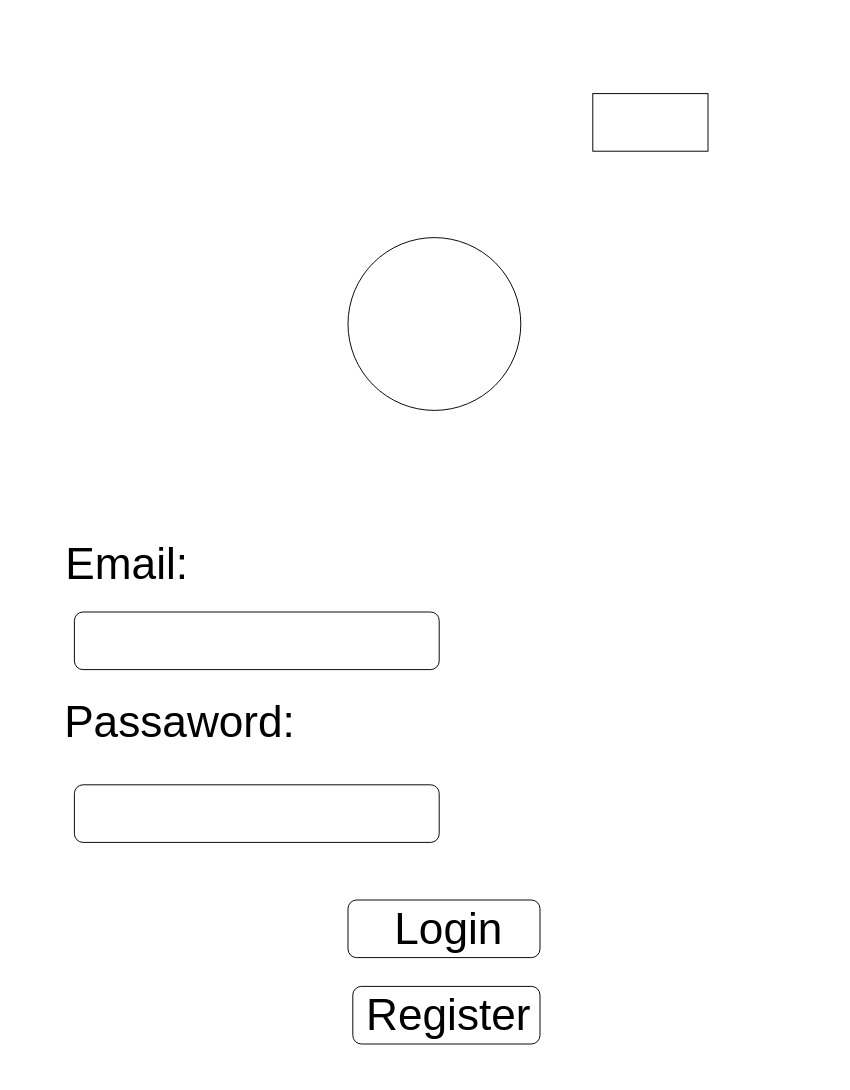
XpertBotTeam/smartpropertyweb_frontend keeps this draw.io diagram as page "Login" (1 of 8) of Untitled Diagram.drawio. Above is the earlier version. Source tidied: cells renumbered, new cells numbered last; positions are measured from the earlier drawing's top-left corner, leaving out a move shared by most shapes. Both pictures are drawn from the tidied source at 96%, with x=0, y=0 at pixel (55, 93).
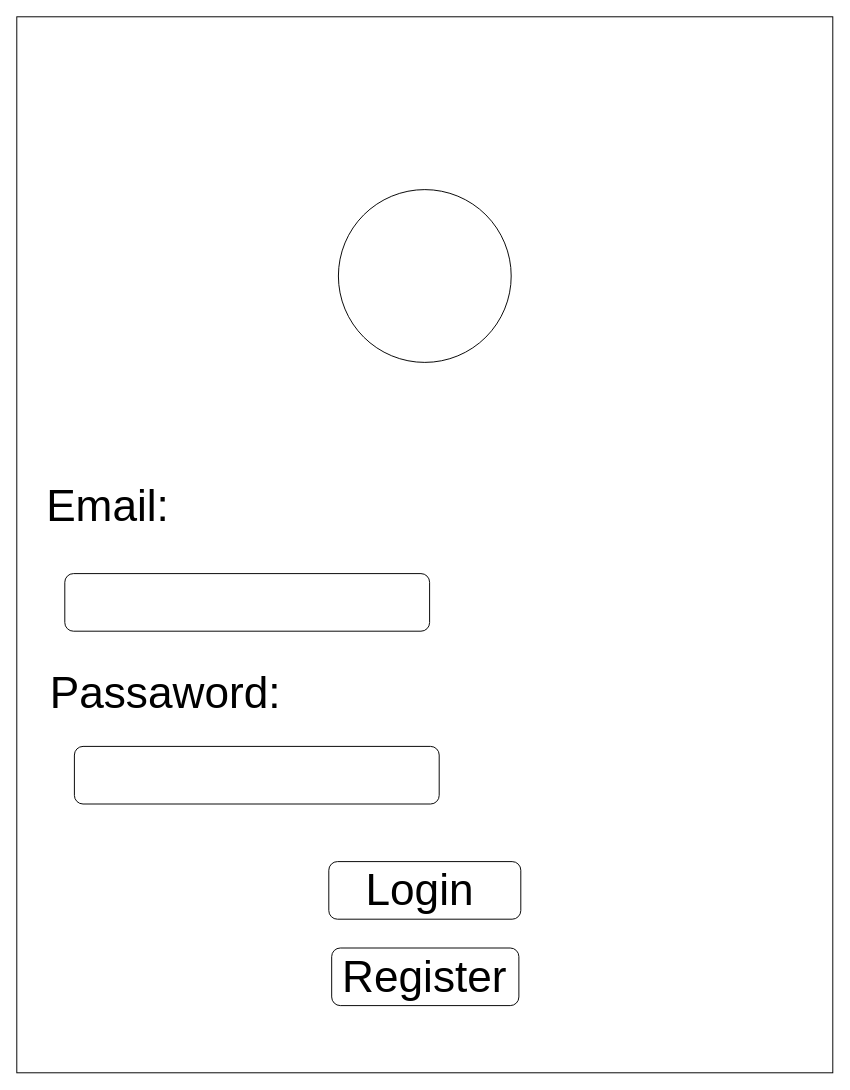
Above is the later version.

Change to the diagram source:
```diff
@@
 <mxGraphModel>
   <root>
     <mxCell id="0" />
     <mxCell id="1" parent="0" />
-    <mxCell id="2" style="ellipse;whiteSpace=wrap;html=1;" parent="1" vertex="1">
-      <mxGeometry x="305" y="150" width="180" height="180" as="geometry" />
-    </mxCell>
+    <mxCell id="11" style="rounded=0;whiteSpace=wrap;html=1;" parent="1" vertex="1">
+      <mxGeometry x="-40" y="-80" width="850" height="1100" as="geometry" />
+    </mxCell>
+    <mxCell id="12" style="ellipse;whiteSpace=wrap;html=1;" parent="1" vertex="1">
+      <mxGeometry x="295" y="100" width="180" height="180" as="geometry" />
+    </mxCell>
     <mxCell id="3" value="&lt;font style=&quot;font-size: 46px;&quot;&gt;Email:&lt;/font&gt;" style="text;strokeColor=none;align=center;fillColor=none;html=1;verticalAlign=middle;whiteSpace=wrap;rounded=0;" parent="1" vertex="1">
-      <mxGeometry y="450" width="150" height="80" as="geometry" />
+      <mxGeometry x="-20" y="390" width="150" height="80" as="geometry" />
     </mxCell>
     <mxCell id="4" value="&lt;font style=&quot;font-size: 46px;&quot;&gt;Passaword:&lt;/font&gt;" style="text;strokeColor=none;align=center;fillColor=none;html=1;verticalAlign=middle;whiteSpace=wrap;rounded=0;" parent="1" vertex="1">
-      <mxGeometry x="100" y="640" width="60" height="30" as="geometry" />
+      <mxGeometry x="20" y="610" width="190" height="30" as="geometry" />
     </mxCell>
-    <mxCell id="5" style="rounded=1;whiteSpace=wrap;html=1;" parent="1" vertex="1">
-      <mxGeometry x="20" y="540" width="380" height="60" as="geometry" />
-    </mxCell>
-    <mxCell id="6" style="rounded=1;whiteSpace=wrap;html=1;" parent="1" vertex="1">
-      <mxGeometry x="20" y="720" width="380" height="60" as="geometry" />
-    </mxCell>
-    <mxCell id="7" style="rounded=1;whiteSpace=wrap;html=1;" parent="1" vertex="1">
-      <mxGeometry x="305" y="840" width="200" height="60" as="geometry" />
-    </mxCell>
+    <mxCell id="13" style="rounded=1;whiteSpace=wrap;html=1;" parent="1" vertex="1">
+      <mxGeometry x="10" y="500" width="380" height="60" as="geometry" />
+    </mxCell>
+    <mxCell id="14" style="rounded=1;whiteSpace=wrap;html=1;" parent="1" vertex="1">
+      <mxGeometry x="20" y="680" width="380" height="60" as="geometry" />
+    </mxCell>
+    <mxCell id="15" style="rounded=1;whiteSpace=wrap;html=1;" parent="1" vertex="1">
+      <mxGeometry x="285" y="800" width="200" height="60" as="geometry" />
+    </mxCell>
     <mxCell id="8" value="&lt;font style=&quot;font-size: 46px;&quot;&gt;Login&lt;/font&gt;" style="text;strokeColor=none;align=center;fillColor=none;html=1;verticalAlign=middle;whiteSpace=wrap;rounded=0;" parent="1" vertex="1">
-      <mxGeometry x="380" y="855" width="60" height="30" as="geometry" />
+      <mxGeometry x="350" y="815" width="60" height="30" as="geometry" />
     </mxCell>
-    <mxCell id="9" style="rounded=1;whiteSpace=wrap;html=1;" parent="1" vertex="1">
-      <mxGeometry x="310" y="930" width="195" height="60" as="geometry" />
-    </mxCell>
+    <mxCell id="16" style="rounded=1;whiteSpace=wrap;html=1;" parent="1" vertex="1">
+      <mxGeometry x="288" y="890" width="195" height="60" as="geometry" />
+    </mxCell>
     <mxCell id="10" value="&lt;font style=&quot;font-size: 46px;&quot;&gt;Register&lt;/font&gt;" style="text;html=1;strokeColor=none;fillColor=none;align=center;verticalAlign=middle;whiteSpace=wrap;rounded=0;" parent="1" vertex="1">
-      <mxGeometry x="380" y="945" width="60" height="30" as="geometry" />
+      <mxGeometry x="355" y="905" width="60" height="30" as="geometry" />
     </mxCell>
-    <mxCell id="11" style="rounded=0;whiteSpace=wrap;html=1;" parent="1" vertex="1">
-      <mxGeometry x="560" width="120" height="60" as="geometry" />
-    </mxCell>
   </root>
 </mxGraphModel>
```
